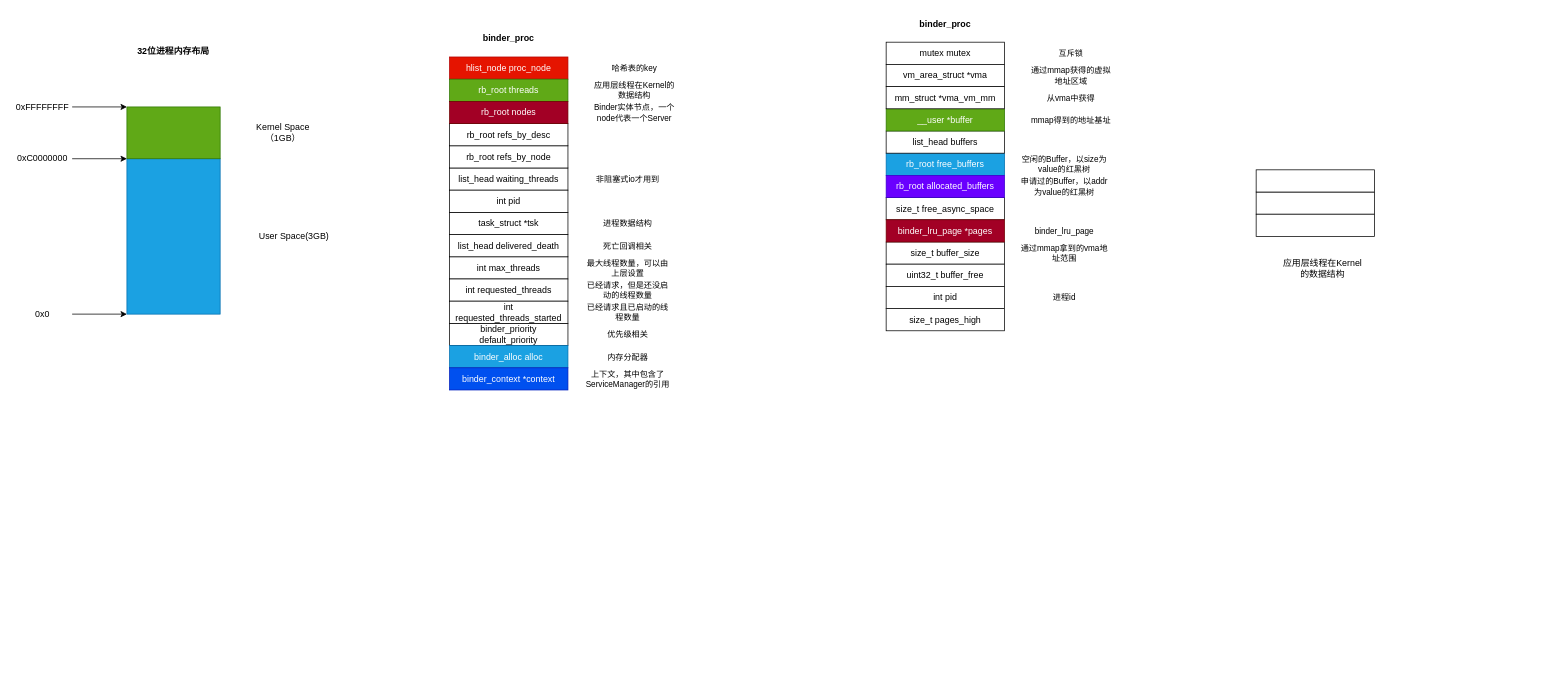
dddjjq/CodeRead keeps this draw.io diagram as android/未命名绘图.drawio. Above is the earlier version. Source tidied: cells renumbered, new cells numbered last; positions are measured from the earlier drawing's top-left corner, leaving out a move shared by most shapes. Both pictures are drawn from the tidied source at 74%, with x=0, y=0 at pixel (13, 12).
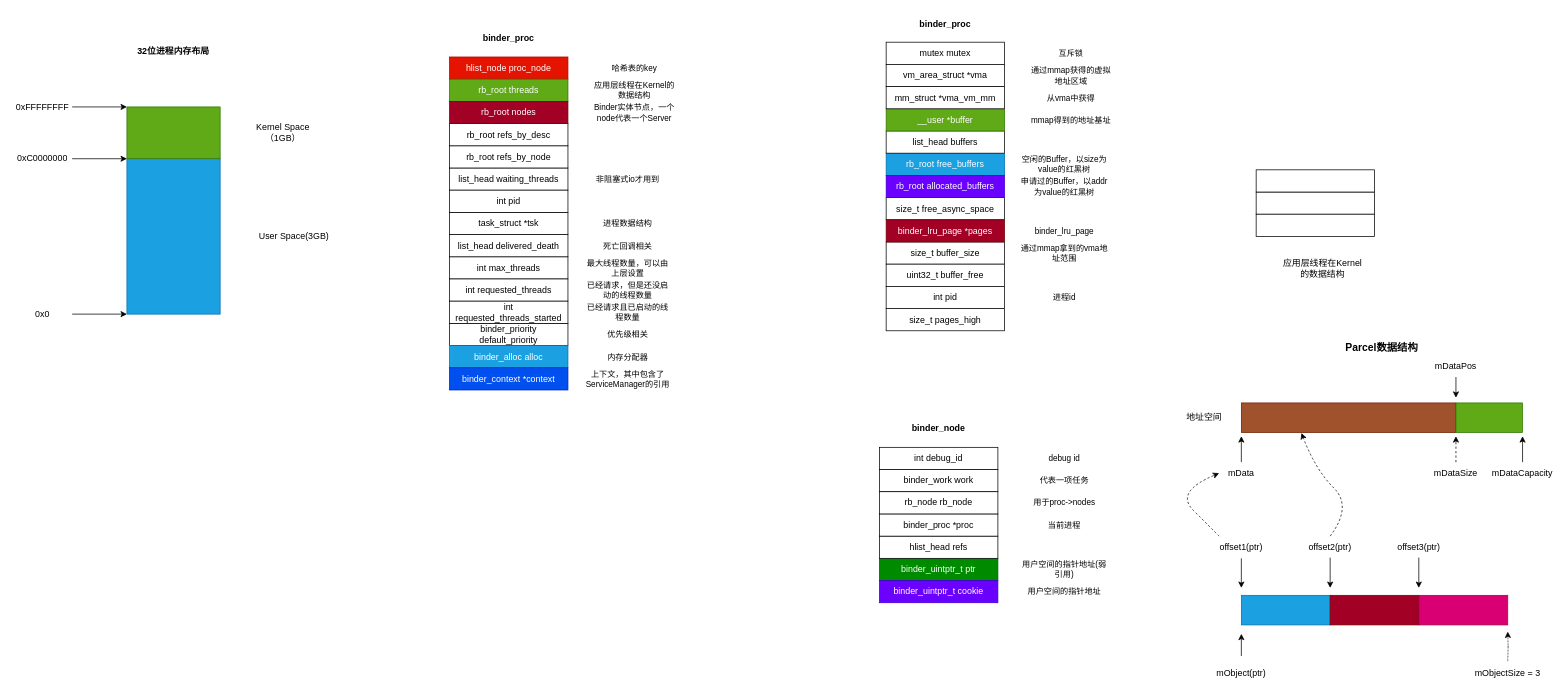
After the change.

What changed in the source:
```diff
@@
+    <mxCell id="68" value="int debug_id" style="rounded=0;whiteSpace=wrap;html=1;" parent="1" vertex="1">
+      <mxGeometry x="1171" y="588" width="160" height="30" as="geometry" />
+    </mxCell>
+    <mxCell id="69" value="binder_work work" style="rounded=0;whiteSpace=wrap;html=1;" parent="1" vertex="1">
+      <mxGeometry x="1171" y="618" width="160" height="30" as="geometry" />
+    </mxCell>
+    <mxCell id="70" value="binder_uintptr_t ptr" style="rounded=0;whiteSpace=wrap;html=1;fillColor=#008a00;fontColor=#ffffff;strokeColor=#005700;" parent="1" vertex="1">
+      <mxGeometry x="1171" y="738" width="160" height="30" as="geometry" />
+    </mxCell>
+    <mxCell id="71" value="hlist_head refs" style="rounded=0;whiteSpace=wrap;html=1;" parent="1" vertex="1">
+      <mxGeometry x="1171" y="708" width="160" height="30" as="geometry" />
+    </mxCell>
+    <mxCell id="72" value="binder_proc *proc" style="rounded=0;whiteSpace=wrap;html=1;" parent="1" vertex="1">
+      <mxGeometry x="1171" y="678" width="160" height="30" as="geometry" />
+    </mxCell>
+    <mxCell id="73" value="rb_node rb_node" style="rounded=0;whiteSpace=wrap;html=1;" parent="1" vertex="1">
+      <mxGeometry x="1171" y="648" width="160" height="30" as="geometry" />
+    </mxCell>
+    <mxCell id="74" value="binder_uintptr_t cookie" style="rounded=0;whiteSpace=wrap;html=1;fillColor=#6a00ff;fontColor=#ffffff;strokeColor=#3700CC;" parent="1" vertex="1">
+      <mxGeometry x="1171" y="768" width="160" height="30" as="geometry" />
+    </mxCell>
+    <mxCell id="75" value="&lt;div&gt;binder_node&lt;/div&gt;" style="text;html=1;strokeColor=none;fillColor=none;align=center;verticalAlign=middle;whiteSpace=wrap;rounded=0;fontStyle=1;" parent="1" vertex="1">
+      <mxGeometry x="1221" y="548" width="60" height="30" as="geometry" />
+    </mxCell>
+    <mxCell id="76" value="debug id" style="text;html=1;strokeColor=none;fillColor=none;align=center;verticalAlign=middle;whiteSpace=wrap;rounded=0;fontSize=11;" parent="1" vertex="1">
+      <mxGeometry x="1361" y="588" width="120" height="30" as="geometry" />
+    </mxCell>
+    <mxCell id="77" value="代表一项任务" style="text;html=1;strokeColor=none;fillColor=none;align=center;verticalAlign=middle;whiteSpace=wrap;rounded=0;fontSize=11;" parent="1" vertex="1">
+      <mxGeometry x="1361" y="618" width="120" height="30" as="geometry" />
+    </mxCell>
+    <mxCell id="78" value="用于proc-&amp;gt;nodes" style="text;html=1;strokeColor=none;fillColor=none;align=center;verticalAlign=middle;whiteSpace=wrap;rounded=0;fontSize=11;" parent="1" vertex="1">
+      <mxGeometry x="1361" y="648" width="120" height="30" as="geometry" />
+    </mxCell>
+    <mxCell id="79" value="当前进程" style="text;html=1;strokeColor=none;fillColor=none;align=center;verticalAlign=middle;whiteSpace=wrap;rounded=0;fontSize=11;" parent="1" vertex="1">
+      <mxGeometry x="1361" y="678" width="120" height="30" as="geometry" />
+    </mxCell>
+    <mxCell id="80" value="用户空间的指针地址(弱引用)" style="text;html=1;strokeColor=none;fillColor=none;align=center;verticalAlign=middle;whiteSpace=wrap;rounded=0;fontSize=11;" parent="1" vertex="1">
+      <mxGeometry x="1361" y="738" width="120" height="30" as="geometry" />
+    </mxCell>
+    <mxCell id="81" value="用户空间的指针地址" style="text;html=1;strokeColor=none;fillColor=none;align=center;verticalAlign=middle;whiteSpace=wrap;rounded=0;fontSize=11;" parent="1" vertex="1">
+      <mxGeometry x="1361" y="768" width="120" height="30" as="geometry" />
+    </mxCell>
+    <mxCell id="82" style="rounded=0;whiteSpace=wrap;html=1;fillColor=#a0522d;fontColor=#ffffff;strokeColor=#6D1F00;" parent="1" vertex="1">
+      <mxGeometry x="1660" y="528" width="290" height="40" as="geometry" />
+    </mxCell>
+    <mxCell id="83" style="rounded=0;whiteSpace=wrap;html=1;fillColor=#1ba1e2;fontColor=#ffffff;strokeColor=#006EAF;" parent="1" vertex="1">
+      <mxGeometry x="1660" y="788" width="120" height="40" as="geometry" />
+    </mxCell>
+    <mxCell id="84" style="rounded=0;whiteSpace=wrap;html=1;fillColor=#60a917;fontColor=#ffffff;strokeColor=#2D7600;" parent="1" vertex="1">
+      <mxGeometry x="1950" y="528" width="90" height="40" as="geometry" />
+    </mxCell>
+    <mxCell id="85" style="rounded=0;whiteSpace=wrap;html=1;fillColor=#a20025;fontColor=#ffffff;strokeColor=#6F0000;" parent="1" vertex="1">
+      <mxGeometry x="1780" y="788" width="120" height="40" as="geometry" />
+    </mxCell>
+    <mxCell id="86" style="rounded=0;whiteSpace=wrap;html=1;fillColor=#d80073;fontColor=#ffffff;strokeColor=#A50040;" parent="1" vertex="1">
+      <mxGeometry x="1900" y="788" width="120" height="40" as="geometry" />
+    </mxCell>
+    <mxCell id="87" value="mObject(ptr)" style="text;html=1;strokeColor=none;fillColor=none;align=center;verticalAlign=middle;whiteSpace=wrap;rounded=0;" parent="1" vertex="1">
+      <mxGeometry x="1630" y="878" width="60" height="30" as="geometry" />
+    </mxCell>
+    <mxCell id="88" style="endArrow=classic;html=1;rounded=0;exitX=0.5;exitY=0;exitDx=0;exitDy=0;" parent="1" edge="1">
+      <mxGeometry relative="1" as="geometry">
+        <mxPoint x="1660" y="870" as="sourcePoint" />
+        <mxPoint x="1660" y="840" as="targetPoint" />
+      </mxGeometry>
+    </mxCell>
+    <mxCell id="89" value="offset1(ptr)" style="text;html=1;strokeColor=none;fillColor=none;align=center;verticalAlign=middle;whiteSpace=wrap;rounded=0;" parent="1" vertex="1">
+      <mxGeometry x="1630" y="708" width="60" height="30" as="geometry" />
+    </mxCell>
+    <mxCell id="90" value="offset2(ptr)" style="text;html=1;strokeColor=none;fillColor=none;align=center;verticalAlign=middle;whiteSpace=wrap;rounded=0;" parent="1" vertex="1">
+      <mxGeometry x="1750" y="708" width="60" height="30" as="geometry" />
+    </mxCell>
+    <mxCell id="91" value="offset3(ptr)" style="text;html=1;strokeColor=none;fillColor=none;align=center;verticalAlign=middle;whiteSpace=wrap;rounded=0;" parent="1" vertex="1">
+      <mxGeometry x="1870" y="708" width="60" height="30" as="geometry" />
+    </mxCell>
+    <mxCell id="92" style="endArrow=classic;html=1;rounded=0;exitX=0.5;exitY=1;exitDx=0;exitDy=0;entryX=0;entryY=0;entryDx=0;entryDy=0;" parent="1" edge="1" source="89">
+      <mxGeometry relative="1" as="geometry">
+        <mxPoint x="1660" y="778" as="targetPoint" />
+      </mxGeometry>
+    </mxCell>
+    <mxCell id="93" style="endArrow=classic;html=1;rounded=0;exitX=0.5;exitY=1;exitDx=0;exitDy=0;entryX=1;entryY=0;entryDx=0;entryDy=0;" parent="1" edge="1">
+      <mxGeometry relative="1" as="geometry">
+        <mxPoint x="1780" y="737" as="sourcePoint" />
+        <mxPoint x="1780" y="778" as="targetPoint" />
+      </mxGeometry>
+    </mxCell>
+    <mxCell id="94" style="endArrow=classic;html=1;rounded=0;exitX=0.5;exitY=1;exitDx=0;exitDy=0;entryX=1;entryY=0;entryDx=0;entryDy=0;" parent="1" edge="1">
+      <mxGeometry relative="1" as="geometry">
+        <mxPoint x="1899.8" y="737" as="sourcePoint" />
+        <mxPoint x="1899.8" y="778" as="targetPoint" />
+      </mxGeometry>
+    </mxCell>
+    <mxCell id="95" style="edgeStyle=orthogonalEdgeStyle;rounded=0;jettySize=auto;html=1;entryX=0;entryY=0;entryDx=0;entryDy=0;exitX=0.5;exitY=1;exitDx=0;exitDy=0;" parent="1" edge="1" source="96">
+      <mxGeometry relative="1" as="geometry">
+        <mxPoint x="1950" y="521" as="targetPoint" />
+      </mxGeometry>
+    </mxCell>
+    <mxCell id="96" value="mDataPos" style="text;html=1;strokeColor=none;fillColor=none;align=center;verticalAlign=middle;whiteSpace=wrap;rounded=0;" parent="1" vertex="1">
+      <mxGeometry x="1920" y="463" width="60" height="30" as="geometry" />
+    </mxCell>
+    <mxCell id="97" value="mData" style="text;html=1;strokeColor=none;fillColor=none;align=center;verticalAlign=middle;whiteSpace=wrap;rounded=0;" parent="1" vertex="1">
+      <mxGeometry x="1630" y="608" width="60" height="30" as="geometry" />
+    </mxCell>
+    <mxCell id="98" style="endArrow=classic;html=1;rounded=0;entryX=0;entryY=1;entryDx=0;entryDy=0;exitX=0.5;exitY=0;exitDx=0;exitDy=0;" parent="1" edge="1" source="97">
+      <mxGeometry relative="1" as="geometry">
+        <mxPoint x="1660" y="573" as="targetPoint" />
+      </mxGeometry>
+    </mxCell>
+    <mxCell id="99" value="mDataCapacity" style="text;html=1;strokeColor=none;fillColor=none;align=center;verticalAlign=middle;whiteSpace=wrap;rounded=0;" parent="1" vertex="1">
+      <mxGeometry x="2010" y="608" width="60" height="30" as="geometry" />
+    </mxCell>
+    <mxCell id="100" style="endArrow=classic;html=1;rounded=0;entryX=1;entryY=1;entryDx=0;entryDy=0;exitX=0.5;exitY=0;exitDx=0;exitDy=0;" parent="1" edge="1" source="99">
+      <mxGeometry relative="1" as="geometry">
+        <mxPoint x="2040" y="573" as="targetPoint" />
+      </mxGeometry>
+    </mxCell>
+    <mxCell id="101" value="mDataSize" style="text;html=1;strokeColor=none;fillColor=none;align=center;verticalAlign=middle;whiteSpace=wrap;rounded=0;" parent="1" vertex="1">
+      <mxGeometry x="1920" y="608" width="60" height="30" as="geometry" />
+    </mxCell>
+    <mxCell id="102" style="endArrow=classic;html=1;rounded=0;entryX=0;entryY=1;entryDx=0;entryDy=0;exitX=0.5;exitY=0;exitDx=0;exitDy=0;dashed=1;" parent="1" edge="1" source="101">
+      <mxGeometry relative="1" as="geometry">
+        <mxPoint x="1950" y="573" as="targetPoint" />
+      </mxGeometry>
+    </mxCell>
+    <mxCell id="103" style="curved=1;endArrow=classic;html=1;rounded=0;dashed=1;exitX=0;exitY=0;exitDx=0;exitDy=0;entryX=0;entryY=0.5;entryDx=0;entryDy=0;" parent="1" edge="1" source="89" target="97">
+      <mxGeometry relative="1" as="geometry">
+        <Array as="points">
+          <mxPoint x="1620" y="698" />
+          <mxPoint x="1570" y="648" />
+        </Array>
+      </mxGeometry>
+    </mxCell>
+    <mxCell id="104" style="curved=1;endArrow=classic;html=1;rounded=0;dashed=1;exitX=0.5;exitY=0;exitDx=0;exitDy=0;entryX=0.28;entryY=1.015;entryDx=0;entryDy=0;entryPerimeter=0;" parent="1" edge="1" source="90" target="82">
+      <mxGeometry relative="1" as="geometry">
+        <Array as="points">
+          <mxPoint x="1810" y="668" />
+          <mxPoint x="1760" y="618" />
+        </Array>
+      </mxGeometry>
+    </mxCell>
+    <mxCell id="105" value="地址空间" style="text;html=1;strokeColor=none;fillColor=none;align=center;verticalAlign=middle;whiteSpace=wrap;rounded=0;" parent="1" vertex="1">
+      <mxGeometry x="1580" y="533" width="60" height="30" as="geometry" />
+    </mxCell>
+    <mxCell id="106" style="edgeStyle=orthogonalEdgeStyle;rounded=0;orthogonalLoop=1;jettySize=auto;html=1;exitX=0.5;exitY=0;exitDx=0;exitDy=0;dashed=1;dashPattern=1 1;" parent="1" edge="1">
+      <mxGeometry relative="1" as="geometry">
+        <mxPoint x="2020" y="877" as="sourcePoint" />
+        <mxPoint x="2020" y="837" as="targetPoint" />
+      </mxGeometry>
+    </mxCell>
+    <mxCell id="107" value="mObjectSize = 3" style="text;html=1;strokeColor=none;fillColor=none;align=center;verticalAlign=middle;whiteSpace=wrap;rounded=0;" parent="1" vertex="1">
+      <mxGeometry x="1970" y="878" width="100" height="30" as="geometry" />
+    </mxCell>
+    <mxCell id="108" value="Parcel数据结构" style="text;html=1;strokeColor=none;fillColor=none;align=center;verticalAlign=middle;whiteSpace=wrap;rounded=0;fontSize=14;fontStyle=1;" parent="1" vertex="1">
+      <mxGeometry x="1790" y="438" width="120" height="30" as="geometry" />
+    </mxCell>
```
